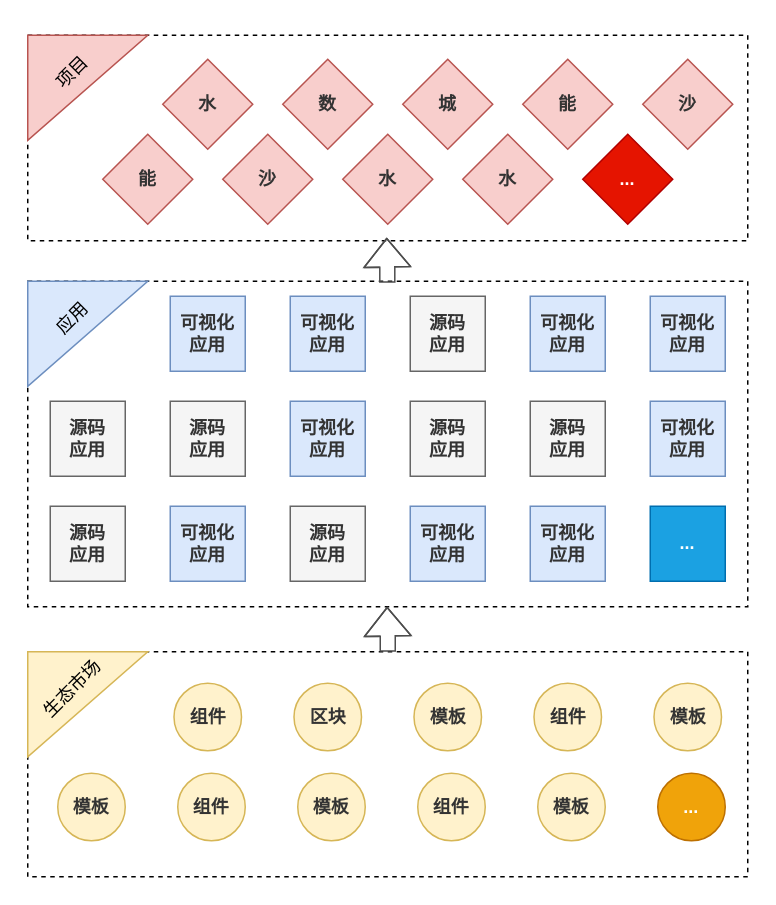
The draw.io diagram 低代码——最终实现的目标.drawio in tangyaosimida/love, before the edit. Source tidied: cells renumbered, new cells numbered last; positions are measured from the earlier drawing's top-left corner, leaving out a move shared by most shapes. Both pictures are drawn from the tidied source at 150%, with x=0, y=0 at pixel (27, 34).
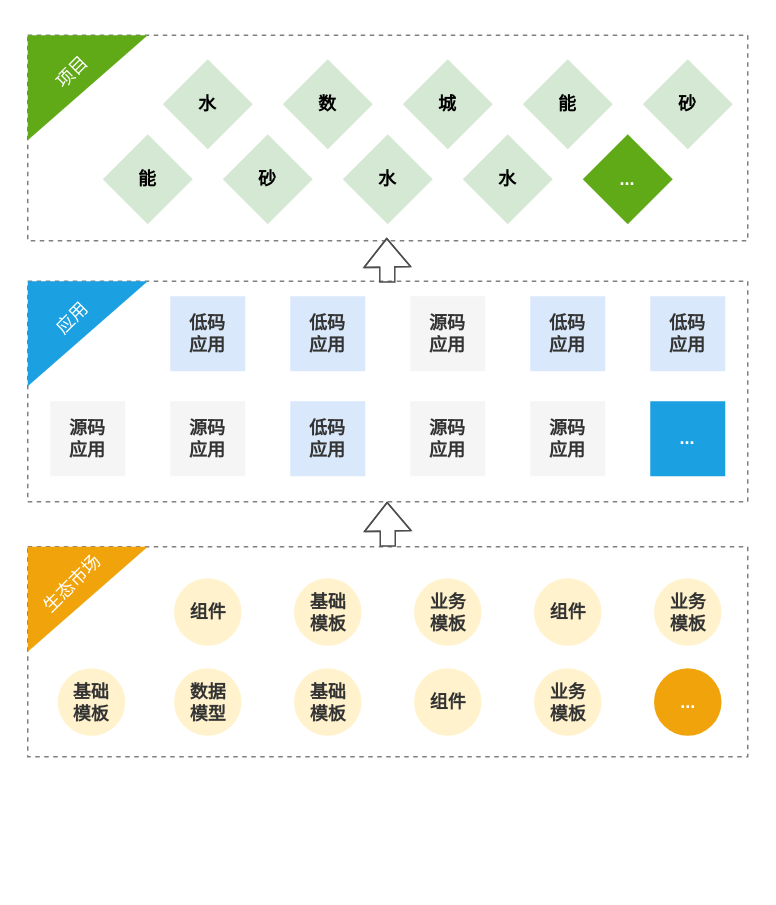
The same diagram, later.

Commit message:
更新低代码——最终实现的目标.drawio

The edit, as a diff of the source:
```diff
@@
-    <mxCell id="2" style="rounded=0;whiteSpace=wrap;html=1;fillColor=none;fontStyle=1;fontColor=#333333;dashed=1;shadow=0;" parent="1" vertex="1">
+    <mxCell id="2" style="rounded=0;whiteSpace=wrap;html=1;fillColor=none;fontStyle=1;fontColor=#333333;dashed=1;shadow=0;strokeColor=#808080;" parent="1" vertex="1">
       <mxGeometry width="480" height="137" as="geometry" />
     </mxCell>
-    <mxCell id="3" style="rounded=0;whiteSpace=wrap;html=1;fillColor=none;fontStyle=1;fontColor=#333333;dashed=1;shadow=0;" parent="1" vertex="1">
-      <mxGeometry y="164" width="480" height="217" as="geometry" />
+    <mxCell id="3" style="rounded=0;whiteSpace=wrap;html=1;fillColor=none;fontStyle=1;fontColor=#333333;dashed=1;shadow=0;strokeColor=#808080;" parent="1" vertex="1">
+      <mxGeometry y="164" width="480" height="147" as="geometry" />
     </mxCell>
-    <mxCell id="4" value="水" style="rhombus;whiteSpace=wrap;html=1;fillColor=#f8cecc;strokeColor=#b85450;fontStyle=1;fontColor=#333333;shadow=0;" parent="1" vertex="1">
+    <mxCell id="4" value="水" style="rhombus;whiteSpace=wrap;html=1;fillColor=#d5e8d4;strokeColor=none;fontStyle=1;shadow=0;" parent="1" vertex="1">
       <mxGeometry x="90" y="16" width="60" height="60" as="geometry" />
     </mxCell>
-    <mxCell id="5" value="数" style="rhombus;whiteSpace=wrap;html=1;fillColor=#f8cecc;strokeColor=#b85450;fontStyle=1;fontColor=#333333;shadow=0;" parent="1" vertex="1">
+    <mxCell id="5" value="数" style="rhombus;whiteSpace=wrap;html=1;fillColor=#d5e8d4;strokeColor=none;fontStyle=1;shadow=0;" parent="1" vertex="1">
       <mxGeometry x="170" y="16" width="60" height="60" as="geometry" />
     </mxCell>
-    <mxCell id="6" value="城" style="rhombus;whiteSpace=wrap;html=1;fillColor=#f8cecc;strokeColor=#b85450;fontStyle=1;fontColor=#333333;shadow=0;" parent="1" vertex="1">
+    <mxCell id="6" value="城" style="rhombus;whiteSpace=wrap;html=1;fillColor=#d5e8d4;strokeColor=none;fontStyle=1;shadow=0;" parent="1" vertex="1">
       <mxGeometry x="250" y="16" width="60" height="60" as="geometry" />
     </mxCell>
-    <mxCell id="7" value="能" style="rhombus;whiteSpace=wrap;html=1;fillColor=#f8cecc;strokeColor=#b85450;fontStyle=1;fontColor=#333333;shadow=0;" parent="1" vertex="1">
+    <mxCell id="7" value="能" style="rhombus;whiteSpace=wrap;html=1;fillColor=#d5e8d4;strokeColor=none;fontStyle=1;shadow=0;" parent="1" vertex="1">
       <mxGeometry x="330" y="16" width="60" height="60" as="geometry" />
     </mxCell>
-    <mxCell id="8" value="沙" style="rhombus;whiteSpace=wrap;html=1;fillColor=#f8cecc;strokeColor=#b85450;fontStyle=1;fontColor=#333333;shadow=0;" parent="1" vertex="1">
+    <mxCell id="8" value="砂" style="rhombus;whiteSpace=wrap;html=1;fillColor=#d5e8d4;strokeColor=none;fontStyle=1;shadow=0;" parent="1" vertex="1">
       <mxGeometry x="410" y="16" width="60" height="60" as="geometry" />
     </mxCell>
-    <mxCell id="9" value="能" style="rhombus;whiteSpace=wrap;html=1;fillColor=#f8cecc;strokeColor=#b85450;fontStyle=1;fontColor=#333333;shadow=0;" parent="1" vertex="1">
+    <mxCell id="9" value="能" style="rhombus;whiteSpace=wrap;html=1;fillColor=#d5e8d4;strokeColor=none;fontStyle=1;shadow=0;" parent="1" vertex="1">
       <mxGeometry x="50" y="66" width="60" height="60" as="geometry" />
     </mxCell>
-    <mxCell id="10" value="沙" style="rhombus;whiteSpace=wrap;html=1;fillColor=#f8cecc;strokeColor=#b85450;fontStyle=1;fontColor=#333333;shadow=0;" parent="1" vertex="1">
+    <mxCell id="10" value="砂" style="rhombus;whiteSpace=wrap;html=1;fillColor=#d5e8d4;strokeColor=none;fontStyle=1;shadow=0;" parent="1" vertex="1">
       <mxGeometry x="130" y="66" width="60" height="60" as="geometry" />
     </mxCell>
-    <mxCell id="11" value="水" style="rhombus;whiteSpace=wrap;html=1;fillColor=#f8cecc;strokeColor=#b85450;fontStyle=1;fontColor=#333333;shadow=0;" parent="1" vertex="1">
+    <mxCell id="11" value="水" style="rhombus;whiteSpace=wrap;html=1;fillColor=#d5e8d4;strokeColor=none;fontStyle=1;shadow=0;" parent="1" vertex="1">
       <mxGeometry x="210" y="66" width="60" height="60" as="geometry" />
     </mxCell>
-    <mxCell id="12" value="水" style="rhombus;whiteSpace=wrap;html=1;fillColor=#f8cecc;strokeColor=#b85450;fontStyle=1;fontColor=#333333;shadow=0;" parent="1" vertex="1">
+    <mxCell id="12" value="水" style="rhombus;whiteSpace=wrap;html=1;fillColor=#d5e8d4;strokeColor=none;fontStyle=1;shadow=0;" parent="1" vertex="1">
       <mxGeometry x="290" y="66" width="60" height="60" as="geometry" />
     </mxCell>
-    <mxCell id="13" value="..." style="rhombus;whiteSpace=wrap;html=1;fillColor=#e51400;strokeColor=#B20000;fontColor=#FFFFFF;fontStyle=1;shadow=0;" parent="1" vertex="1">
+    <mxCell id="13" value="..." style="rhombus;whiteSpace=wrap;html=1;fillColor=#60a917;strokeColor=none;fontColor=#ffffff;fontStyle=1;shadow=0;" parent="1" vertex="1">
       <mxGeometry x="370" y="66" width="60" height="60" as="geometry" />
     </mxCell>
-    <mxCell id="14" value="可视化&lt;br&gt;应用" style="whiteSpace=wrap;html=1;fillColor=#dae8fc;strokeColor=#6c8ebf;fontStyle=1;fontColor=#333333;shadow=0;" parent="1" vertex="1">
+    <mxCell id="14" value="低码&lt;br&gt;应用" style="whiteSpace=wrap;html=1;fillColor=#dae8fc;strokeColor=none;fontStyle=1;fontColor=#333333;shadow=0;" parent="1" vertex="1">
       <mxGeometry x="95" y="174" width="50" height="50" as="geometry" />
     </mxCell>
-    <mxCell id="15" value="可视化&lt;br style=&quot;border-color: var(--border-color);&quot;&gt;应用" style="whiteSpace=wrap;html=1;fillColor=#dae8fc;strokeColor=#6c8ebf;fontStyle=1;fontColor=#333333;shadow=0;" parent="1" vertex="1">
+    <mxCell id="15" value="低码&lt;br style=&quot;border-color: var(--border-color);&quot;&gt;应用" style="whiteSpace=wrap;html=1;fillColor=#dae8fc;strokeColor=none;fontStyle=1;fontColor=#333333;shadow=0;" parent="1" vertex="1">
       <mxGeometry x="175" y="174" width="50" height="50" as="geometry" />
     </mxCell>
-    <mxCell id="16" value="源码&lt;br style=&quot;border-color: var(--border-color);&quot;&gt;应用" style="whiteSpace=wrap;html=1;fillColor=#f5f5f5;fontColor=#333333;strokeColor=#666666;fontStyle=1;shadow=0;" parent="1" vertex="1">
+    <mxCell id="16" value="源码&lt;br style=&quot;border-color: var(--border-color);&quot;&gt;应用" style="whiteSpace=wrap;html=1;fillColor=#f5f5f5;fontColor=#333333;strokeColor=none;fontStyle=1;shadow=0;" parent="1" vertex="1">
       <mxGeometry x="255" y="174" width="50" height="50" as="geometry" />
     </mxCell>
-    <mxCell id="17" value="可视化&lt;br style=&quot;border-color: var(--border-color);&quot;&gt;应用" style="whiteSpace=wrap;html=1;fillColor=#dae8fc;strokeColor=#6c8ebf;fontStyle=1;fontColor=#333333;shadow=0;" parent="1" vertex="1">
+    <mxCell id="17" value="低码&lt;br style=&quot;border-color: var(--border-color);&quot;&gt;应用" style="whiteSpace=wrap;html=1;fillColor=#dae8fc;strokeColor=none;fontStyle=1;fontColor=#333333;shadow=0;" parent="1" vertex="1">
       <mxGeometry x="335" y="174" width="50" height="50" as="geometry" />
     </mxCell>
-    <mxCell id="18" value="可视化&lt;br style=&quot;border-color: var(--border-color);&quot;&gt;应用" style="whiteSpace=wrap;html=1;fillColor=#dae8fc;strokeColor=#6c8ebf;fontStyle=1;fontColor=#333333;shadow=0;" parent="1" vertex="1">
+    <mxCell id="18" value="低码&lt;br style=&quot;border-color: var(--border-color);&quot;&gt;应用" style="whiteSpace=wrap;html=1;fillColor=#dae8fc;strokeColor=none;fontStyle=1;fontColor=#333333;shadow=0;" parent="1" vertex="1">
       <mxGeometry x="415" y="174" width="50" height="50" as="geometry" />
     </mxCell>
-    <mxCell id="19" value="源码&lt;br style=&quot;border-color: var(--border-color);&quot;&gt;应用" style="whiteSpace=wrap;html=1;fillColor=#f5f5f5;fontColor=#333333;strokeColor=#666666;fontStyle=1;shadow=0;" parent="1" vertex="1">
+    <mxCell id="19" value="源码&lt;br style=&quot;border-color: var(--border-color);&quot;&gt;应用" style="whiteSpace=wrap;html=1;fillColor=#f5f5f5;fontColor=#333333;strokeColor=none;fontStyle=1;shadow=0;" parent="1" vertex="1">
       <mxGeometry x="15" y="244" width="50" height="50" as="geometry" />
     </mxCell>
-    <mxCell id="20" value="源码&lt;br style=&quot;border-color: var(--border-color);&quot;&gt;应用" style="whiteSpace=wrap;html=1;fillColor=#f5f5f5;fontColor=#333333;strokeColor=#666666;fontStyle=1;shadow=0;" parent="1" vertex="1">
+    <mxCell id="20" value="源码&lt;br style=&quot;border-color: var(--border-color);&quot;&gt;应用" style="whiteSpace=wrap;html=1;fillColor=#f5f5f5;fontColor=#333333;strokeColor=none;fontStyle=1;shadow=0;" parent="1" vertex="1">
       <mxGeometry x="95" y="244" width="50" height="50" as="geometry" />
     </mxCell>
-    <mxCell id="21" value="可视化&lt;br style=&quot;border-color: var(--border-color);&quot;&gt;应用" style="whiteSpace=wrap;html=1;fillColor=#dae8fc;strokeColor=#6c8ebf;fontStyle=1;fontColor=#333333;shadow=0;" parent="1" vertex="1">
+    <mxCell id="21" value="低码&lt;br style=&quot;border-color: var(--border-color);&quot;&gt;应用" style="whiteSpace=wrap;html=1;fillColor=#dae8fc;strokeColor=none;fontStyle=1;fontColor=#333333;shadow=0;" parent="1" vertex="1">
       <mxGeometry x="175" y="244" width="50" height="50" as="geometry" />
     </mxCell>
-    <mxCell id="22" value="源码&lt;br style=&quot;border-color: var(--border-color);&quot;&gt;应用" style="whiteSpace=wrap;html=1;fillColor=#f5f5f5;fontColor=#333333;strokeColor=#666666;fontStyle=1;shadow=0;" parent="1" vertex="1">
+    <mxCell id="22" value="源码&lt;br style=&quot;border-color: var(--border-color);&quot;&gt;应用" style="whiteSpace=wrap;html=1;fillColor=#f5f5f5;fontColor=#333333;strokeColor=none;fontStyle=1;shadow=0;" parent="1" vertex="1">
       <mxGeometry x="255" y="244" width="50" height="50" as="geometry" />
     </mxCell>
-    <mxCell id="23" value="源码&lt;br style=&quot;border-color: var(--border-color);&quot;&gt;应用" style="whiteSpace=wrap;html=1;fillColor=#f5f5f5;fontColor=#333333;strokeColor=#666666;fontStyle=1;shadow=0;" parent="1" vertex="1">
+    <mxCell id="23" value="源码&lt;br style=&quot;border-color: var(--border-color);&quot;&gt;应用" style="whiteSpace=wrap;html=1;fillColor=#f5f5f5;fontColor=#333333;strokeColor=none;fontStyle=1;shadow=0;" parent="1" vertex="1">
       <mxGeometry x="335" y="244" width="50" height="50" as="geometry" />
     </mxCell>
-    <mxCell id="24" value="可视化&lt;br style=&quot;border-color: var(--border-color);&quot;&gt;应用" style="whiteSpace=wrap;html=1;fillColor=#dae8fc;strokeColor=#6c8ebf;fontStyle=1;fontColor=#333333;shadow=0;" parent="1" vertex="1">
-      <mxGeometry x="415" y="244" width="50" height="50" as="geometry" />
-    </mxCell>
-    <mxCell id="25" value="源码&lt;br style=&quot;border-color: var(--border-color);&quot;&gt;应用" style="whiteSpace=wrap;html=1;fillColor=#f5f5f5;fontColor=#333333;strokeColor=#666666;fontStyle=1;shadow=0;" parent="1" vertex="1">
-      <mxGeometry x="15" y="314" width="50" height="50" as="geometry" />
-    </mxCell>
-    <mxCell id="26" value="可视化&lt;br style=&quot;border-color: var(--border-color);&quot;&gt;应用" style="whiteSpace=wrap;html=1;fillColor=#dae8fc;strokeColor=#6c8ebf;fontStyle=1;fontColor=#333333;shadow=0;" parent="1" vertex="1">
-      <mxGeometry x="95" y="314" width="50" height="50" as="geometry" />
-    </mxCell>
-    <mxCell id="27" value="源码&lt;br style=&quot;border-color: var(--border-color);&quot;&gt;应用" style="whiteSpace=wrap;html=1;fillColor=#f5f5f5;fontColor=#333333;strokeColor=#666666;fontStyle=1;shadow=0;" parent="1" vertex="1">
-      <mxGeometry x="175" y="314" width="50" height="50" as="geometry" />
-    </mxCell>
-    <mxCell id="28" value="可视化&lt;br style=&quot;border-color: var(--border-color);&quot;&gt;应用" style="whiteSpace=wrap;html=1;fillColor=#dae8fc;strokeColor=#6c8ebf;fontStyle=1;fontColor=#333333;shadow=0;" parent="1" vertex="1">
-      <mxGeometry x="255" y="314" width="50" height="50" as="geometry" />
-    </mxCell>
-    <mxCell id="29" value="可视化&lt;br style=&quot;border-color: var(--border-color);&quot;&gt;应用" style="whiteSpace=wrap;html=1;fillColor=#dae8fc;strokeColor=#6c8ebf;fontStyle=1;fontColor=#333333;shadow=0;" parent="1" vertex="1">
-      <mxGeometry x="335" y="314" width="50" height="50" as="geometry" />
-    </mxCell>
-    <mxCell id="30" value="&lt;font color=&quot;#ffffff&quot;&gt;...&lt;/font&gt;" style="whiteSpace=wrap;html=1;fillColor=#1ba1e2;strokeColor=#006EAF;fontColor=#333333;fontStyle=1;shadow=0;" parent="1" vertex="1">
-      <mxGeometry x="415" y="314" width="50" height="50" as="geometry" />
+    <mxCell id="30" value="&lt;font color=&quot;#ffffff&quot;&gt;...&lt;/font&gt;" style="whiteSpace=wrap;html=1;fillColor=#1ba1e2;strokeColor=none;fontColor=#333333;fontStyle=1;shadow=0;" parent="1" vertex="1">
+      <mxGeometry x="415" y="244" width="50" height="50" as="geometry" />
     </mxCell>
-    <mxCell id="31" style="rounded=0;whiteSpace=wrap;html=1;fillColor=none;fontStyle=1;fontColor=#333333;dashed=1;shadow=0;" parent="1" vertex="1">
-      <mxGeometry y="411" width="480" height="150" as="geometry" />
+    <mxCell id="31" style="rounded=0;whiteSpace=wrap;html=1;fillColor=none;fontStyle=1;fontColor=#333333;dashed=1;shadow=0;strokeColor=#808080;" parent="1" vertex="1">
+      <mxGeometry y="341" width="480" height="140" as="geometry" />
     </mxCell>
-    <mxCell id="32" value="组件" style="ellipse;whiteSpace=wrap;html=1;fillColor=#fff2cc;strokeColor=#d6b656;fontStyle=1;fontColor=#333333;shadow=0;" parent="1" vertex="1">
-      <mxGeometry x="97.5" y="432" width="45" height="45" as="geometry" />
+    <mxCell id="32" value="组件" style="ellipse;whiteSpace=wrap;html=1;fillColor=#fff2cc;strokeColor=none;fontStyle=1;fontColor=#333333;shadow=0;" parent="1" vertex="1">
+      <mxGeometry x="97.5" y="362" width="45" height="45" as="geometry" />
     </mxCell>
-    <mxCell id="33" value="区块" style="ellipse;whiteSpace=wrap;html=1;fillColor=#fff2cc;strokeColor=#d6b656;fontStyle=1;fontColor=#333333;shadow=0;" parent="1" vertex="1">
-      <mxGeometry x="177.5" y="432" width="45" height="45" as="geometry" />
+    <mxCell id="33" value="基础&lt;div&gt;模板&lt;/div&gt;" style="ellipse;whiteSpace=wrap;html=1;fillColor=#fff2cc;strokeColor=none;fontStyle=1;fontColor=#333333;shadow=0;" parent="1" vertex="1">
+      <mxGeometry x="177.5" y="362" width="45" height="45" as="geometry" />
     </mxCell>
-    <mxCell id="34" value="模板" style="ellipse;whiteSpace=wrap;html=1;fillColor=#fff2cc;strokeColor=#d6b656;fontStyle=1;fontColor=#333333;shadow=0;" parent="1" vertex="1">
-      <mxGeometry x="257.5" y="432" width="45" height="45" as="geometry" />
+    <mxCell id="34" value="业务&lt;div&gt;模板&lt;/div&gt;" style="ellipse;whiteSpace=wrap;html=1;fillColor=#fff2cc;strokeColor=none;fontStyle=1;fontColor=#333333;shadow=0;" parent="1" vertex="1">
+      <mxGeometry x="257.5" y="362" width="45" height="45" as="geometry" />
     </mxCell>
-    <mxCell id="35" value="组件" style="ellipse;whiteSpace=wrap;html=1;fillColor=#fff2cc;strokeColor=#d6b656;fontStyle=1;fontColor=#333333;shadow=0;" parent="1" vertex="1">
-      <mxGeometry x="337.5" y="432" width="45" height="45" as="geometry" />
+    <mxCell id="35" value="组件" style="ellipse;whiteSpace=wrap;html=1;fillColor=#fff2cc;strokeColor=none;fontStyle=1;fontColor=#333333;shadow=0;" parent="1" vertex="1">
+      <mxGeometry x="337.5" y="362" width="45" height="45" as="geometry" />
     </mxCell>
-    <mxCell id="36" value="模板" style="ellipse;whiteSpace=wrap;html=1;fillColor=#fff2cc;strokeColor=#d6b656;fontStyle=1;fontColor=#333333;shadow=0;" parent="1" vertex="1">
-      <mxGeometry x="417.5" y="432" width="45" height="45" as="geometry" />
+    <mxCell id="36" value="业务&lt;div&gt;模板&lt;/div&gt;" style="ellipse;whiteSpace=wrap;html=1;fillColor=#fff2cc;strokeColor=none;fontStyle=1;fontColor=#333333;shadow=0;" parent="1" vertex="1">
+      <mxGeometry x="417.5" y="362" width="45" height="45" as="geometry" />
     </mxCell>
-    <mxCell id="37" value="模板" style="ellipse;whiteSpace=wrap;html=1;fillColor=#fff2cc;strokeColor=#d6b656;fontStyle=1;fontColor=#333333;shadow=0;" parent="1" vertex="1">
-      <mxGeometry x="20" y="492" width="45" height="45" as="geometry" />
+    <mxCell id="37" value="基础&lt;div&gt;模板&lt;/div&gt;" style="ellipse;whiteSpace=wrap;html=1;fillColor=#fff2cc;strokeColor=none;fontStyle=1;fontColor=#333333;shadow=0;" parent="1" vertex="1">
+      <mxGeometry x="20" y="422" width="45" height="45" as="geometry" />
     </mxCell>
-    <mxCell id="38" value="组件" style="ellipse;whiteSpace=wrap;html=1;fillColor=#fff2cc;strokeColor=#d6b656;fontStyle=1;fontColor=#333333;shadow=0;" parent="1" vertex="1">
-      <mxGeometry x="100" y="492" width="45" height="45" as="geometry" />
+    <mxCell id="38" value="数据&lt;div&gt;模型&lt;/div&gt;" style="ellipse;whiteSpace=wrap;html=1;fillColor=#fff2cc;strokeColor=none;fontStyle=1;fontColor=#333333;shadow=0;" parent="1" vertex="1">
+      <mxGeometry x="97.5" y="422" width="45" height="45" as="geometry" />
     </mxCell>
-    <mxCell id="39" value="模板" style="ellipse;whiteSpace=wrap;html=1;fillColor=#fff2cc;strokeColor=#d6b656;fontStyle=1;fontColor=#333333;shadow=0;" parent="1" vertex="1">
-      <mxGeometry x="180" y="492" width="45" height="45" as="geometry" />
+    <mxCell id="39" value="基础&lt;div&gt;模板&lt;/div&gt;" style="ellipse;whiteSpace=wrap;html=1;fillColor=#fff2cc;strokeColor=none;fontStyle=1;fontColor=#333333;shadow=0;" parent="1" vertex="1">
+      <mxGeometry x="177.5" y="422" width="45" height="45" as="geometry" />
     </mxCell>
-    <mxCell id="40" value="组件" style="ellipse;whiteSpace=wrap;html=1;fillColor=#fff2cc;strokeColor=#d6b656;fontStyle=1;fontColor=#333333;shadow=0;" parent="1" vertex="1">
-      <mxGeometry x="260" y="492" width="45" height="45" as="geometry" />
+    <mxCell id="40" value="组件" style="ellipse;whiteSpace=wrap;html=1;fillColor=#fff2cc;strokeColor=none;fontStyle=1;fontColor=#333333;shadow=0;" parent="1" vertex="1">
+      <mxGeometry x="257.5" y="422" width="45" height="45" as="geometry" />
     </mxCell>
-    <mxCell id="41" value="模板" style="ellipse;whiteSpace=wrap;html=1;fillColor=#fff2cc;strokeColor=#d6b656;fontStyle=1;fontColor=#333333;shadow=0;" parent="1" vertex="1">
-      <mxGeometry x="340" y="492" width="45" height="45" as="geometry" />
+    <mxCell id="41" value="业务&lt;div&gt;模板&lt;/div&gt;" style="ellipse;whiteSpace=wrap;html=1;fillColor=#fff2cc;strokeColor=none;fontStyle=1;fontColor=#333333;shadow=0;" parent="1" vertex="1">
+      <mxGeometry x="337.5" y="422" width="45" height="45" as="geometry" />
     </mxCell>
-    <mxCell id="42" value="&lt;font color=&quot;#ffffff&quot;&gt;...&lt;/font&gt;" style="ellipse;whiteSpace=wrap;html=1;fillColor=#f0a30a;strokeColor=#BD7000;fontColor=#333333;fontStyle=1;shadow=0;" parent="1" vertex="1">
-      <mxGeometry x="420" y="492" width="45" height="45" as="geometry" />
+    <mxCell id="42" value="&lt;font color=&quot;#ffffff&quot;&gt;...&lt;/font&gt;" style="ellipse;whiteSpace=wrap;html=1;fillColor=#f0a30a;strokeColor=none;fontColor=#333333;fontStyle=1;shadow=0;" parent="1" vertex="1">
+      <mxGeometry x="417.5" y="422" width="45" height="45" as="geometry" />
     </mxCell>
-    <mxCell id="43" style="verticalLabelPosition=bottom;verticalAlign=top;html=1;shape=mxgraph.basic.orthogonal_triangle;direction=south;fillColor=#f8cecc;strokeColor=#b85450;shadow=0;" parent="1" vertex="1">
+    <mxCell id="43" style="verticalLabelPosition=bottom;verticalAlign=top;html=1;shape=mxgraph.basic.orthogonal_triangle;direction=south;fillColor=#60a917;strokeColor=none;shadow=0;fontColor=#ffffff;" parent="1" vertex="1">
       <mxGeometry width="80" height="70" as="geometry" />
     </mxCell>
-    <mxCell id="44" style="verticalLabelPosition=bottom;verticalAlign=top;html=1;shape=mxgraph.basic.orthogonal_triangle;direction=south;fillColor=#dae8fc;strokeColor=#6c8ebf;shadow=0;" parent="1" vertex="1">
+    <mxCell id="44" style="verticalLabelPosition=bottom;verticalAlign=top;html=1;shape=mxgraph.basic.orthogonal_triangle;direction=south;fillColor=#1ba1e2;strokeColor=none;shadow=0;fontColor=#ffffff;" parent="1" vertex="1">
       <mxGeometry y="164" width="80" height="70" as="geometry" />
     </mxCell>
-    <mxCell id="45" style="verticalLabelPosition=bottom;verticalAlign=top;html=1;shape=mxgraph.basic.orthogonal_triangle;direction=south;fillColor=#fff2cc;strokeColor=#d6b656;shadow=0;" parent="1" vertex="1">
-      <mxGeometry y="411" width="80" height="70" as="geometry" />
+    <mxCell id="45" style="verticalLabelPosition=bottom;verticalAlign=top;html=1;shape=mxgraph.basic.orthogonal_triangle;direction=south;fillColor=#f0a30a;strokeColor=none;shadow=0;fontColor=#000000;" parent="1" vertex="1">
+      <mxGeometry y="341" width="80" height="70" as="geometry" />
     </mxCell>
-    <mxCell id="46" value="项目" style="text;html=1;align=center;verticalAlign=middle;whiteSpace=wrap;rounded=0;rotation=-45;shadow=0;" parent="1" vertex="1">
+    <mxCell id="46" value="&lt;font color=&quot;#ffffff&quot;&gt;项目&lt;/font&gt;" style="text;html=1;align=center;verticalAlign=middle;whiteSpace=wrap;rounded=0;rotation=-45;shadow=0;" parent="1" vertex="1">
       <mxGeometry y="10" width="60" height="30" as="geometry" />
     </mxCell>
-    <mxCell id="47" value="应用" style="text;html=1;align=center;verticalAlign=middle;whiteSpace=wrap;rounded=0;rotation=-45;shadow=0;" parent="1" vertex="1">
+    <mxCell id="47" value="&lt;font color=&quot;#ffffff&quot;&gt;应用&lt;/font&gt;" style="text;html=1;align=center;verticalAlign=middle;whiteSpace=wrap;rounded=0;rotation=-45;shadow=0;" parent="1" vertex="1">
       <mxGeometry y="174" width="60" height="30" as="geometry" />
     </mxCell>
-    <mxCell id="48" value="生态市场" style="text;html=1;align=center;verticalAlign=middle;whiteSpace=wrap;rounded=0;rotation=-45;shadow=0;" parent="1" vertex="1">
-      <mxGeometry y="421" width="60" height="30" as="geometry" />
+    <mxCell id="48" value="&lt;font color=&quot;#ffffff&quot;&gt;生态市场&lt;/font&gt;" style="text;html=1;align=center;verticalAlign=middle;whiteSpace=wrap;rounded=0;rotation=-45;shadow=0;" parent="1" vertex="1">
+      <mxGeometry y="351" width="60" height="30" as="geometry" />
     </mxCell>
     <mxCell id="49" style="shape=flexArrow;endArrow=classic;html=1;rounded=0;strokeColor=#4D4D4D;shadow=0;" parent="1" edge="1">
       <mxGeometry relative="1" as="geometry">
-        <mxPoint x="240" y="411" as="sourcePoint" />
-        <mxPoint x="239.6" y="381" as="targetPoint" />
+        <mxPoint x="240" y="341" as="sourcePoint" />
+        <mxPoint x="239.6" y="311" as="targetPoint" />
         <Array as="points">
-          <mxPoint x="240" y="401" />
+          <mxPoint x="240" y="331" />
         </Array>
       </mxGeometry>
     </mxCell>
```
